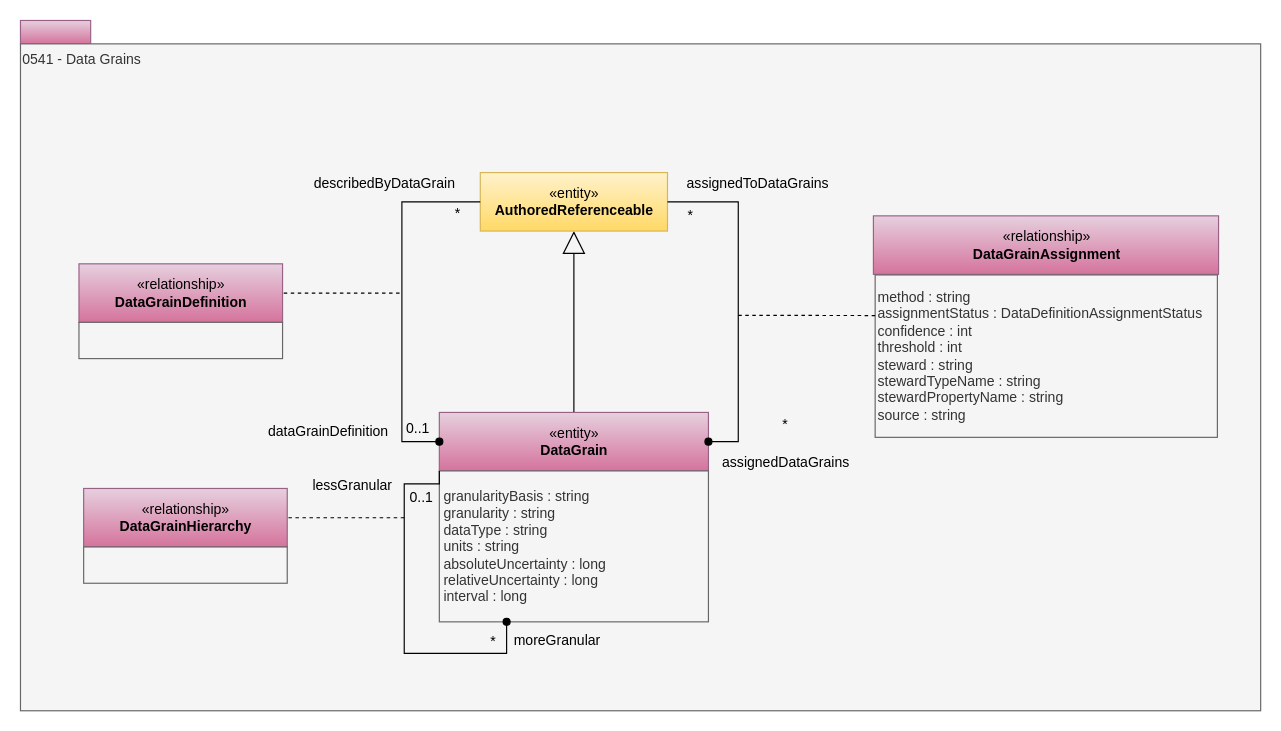
Before: page "0541-Data-Grains" (25 of 33) of site/docs/types/5/area-5-models-and-schema.drawio in odpi/egeria-docs, a draw.io diagram. Source tidied: cells renumbered, new cells numbered last; positions are measured from the earlier drawing's top-left corner, leaving out a move shared by most shapes. Both pictures are drawn from the tidied source at 117%, with x=0, y=0 at pixel (20, 20).
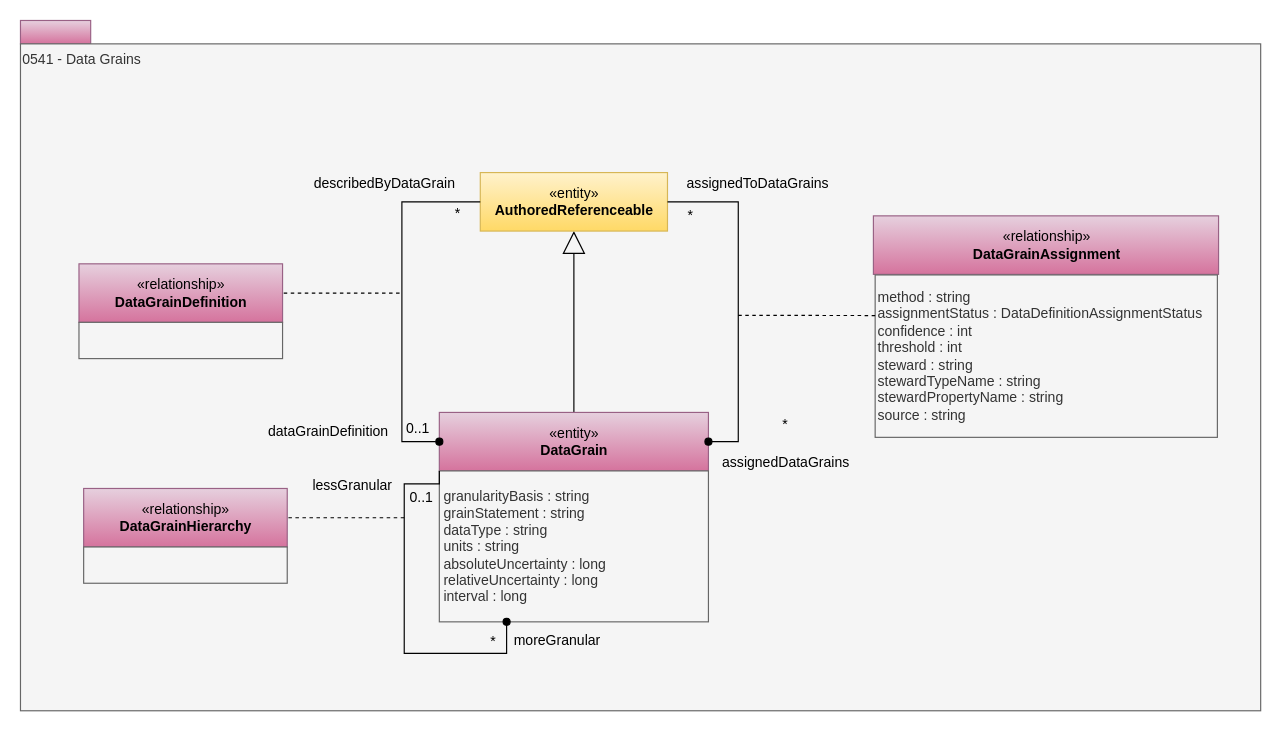
The same diagram, later.

What changed in the source:
```diff
@@
-    <mxCell id="6" value="&lt;div&gt;&lt;span&gt;granularityBasis : string&lt;/span&gt;&lt;div&gt;granularity : string&lt;/div&gt;&lt;/div&gt;&lt;div&gt;dataType : string&lt;/div&gt;&lt;div&gt;units : string&lt;/div&gt;&lt;div&gt;absoluteUncertainty : long&lt;/div&gt;&lt;div&gt;relativeUncertainty : long&lt;/div&gt;&lt;div&gt;interval : long&lt;/div&gt;" style="rounded=0;whiteSpace=wrap;html=1;strokeColor=#666666;align=left;spacingLeft=2;fillColor=#f5f5f5;fontColor=#333333;" parent="1" vertex="1">
+    <mxCell id="6" value="&lt;div&gt;&lt;span&gt;granularityBasis : string&lt;/span&gt;&lt;div&gt;grainStatement : string&lt;/div&gt;&lt;/div&gt;&lt;div&gt;dataType : string&lt;/div&gt;&lt;div&gt;units : string&lt;/div&gt;&lt;div&gt;absoluteUncertainty : long&lt;/div&gt;&lt;div&gt;relativeUncertainty : long&lt;/div&gt;&lt;div&gt;interval : long&lt;/div&gt;" style="rounded=0;whiteSpace=wrap;html=1;strokeColor=#666666;align=left;spacingLeft=2;fillColor=#f5f5f5;fontColor=#333333;" parent="1" vertex="1">
       <mxGeometry x="358" y="385" width="230" height="129" as="geometry" />
     </mxCell>
```
